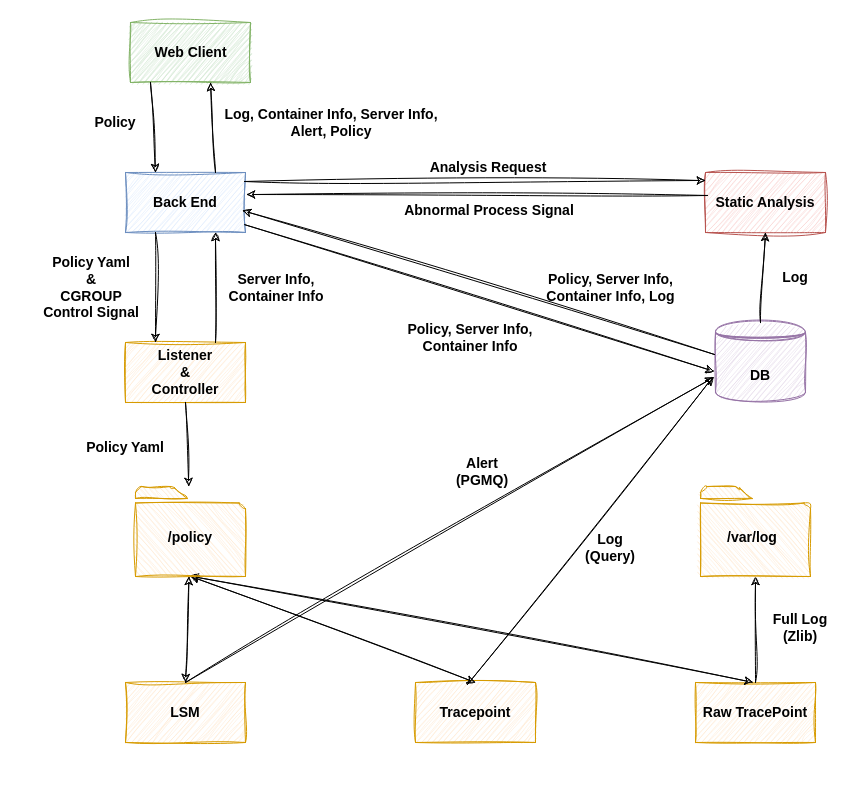
Before: page "페이지-2" (2 of 2) of yamong/yamong.drawio in bob-yamong/drawio, a draw.io diagram. Source tidied: cells renumbered, new cells numbered last; positions are measured from the earlier drawing's top-left corner, leaving out a move shared by most shapes. Both pictures are drawn from the tidied source at 100%, with x=0, y=0 at pixel (17, 22). Pictures stored in the file or linked from it are replaced by grey dashed boxes.
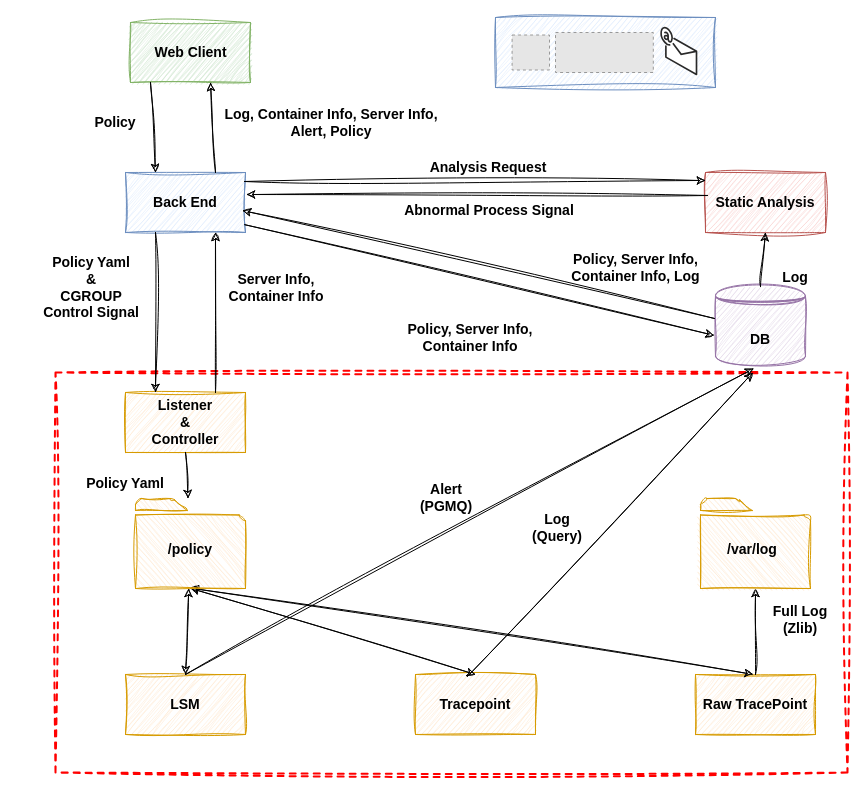
The same diagram, later.

Change to the diagram source:
```diff
@@
+    <mxCell id="46" style="rounded=0;whiteSpace=wrap;html=1;fillColor=none;dashed=1;strokeWidth=2;strokeColor=#ff0000;sketch=1;curveFitting=1;jiggle=2;" parent="1" vertex="1">
+      <mxGeometry x="38" y="350" width="792" height="400" as="geometry" />
+    </mxCell>
@@
     <mxCell id="4" value="Listener&lt;br style=&quot;font-size: 14px;&quot;&gt;&amp;amp;&lt;br style=&quot;font-size: 14px;&quot;&gt;Controller" style="whiteSpace=wrap;html=1;sketch=1;curveFitting=1;jiggle=2;fontSize=14;fillColor=#ffe6cc;strokeColor=#d79b00;fontStyle=1;" parent="1" vertex="1">
-      <mxGeometry x="108" y="320" width="120" height="60" as="geometry" />
+      <mxGeometry x="108" y="370" width="120" height="60" as="geometry" />
     </mxCell>
     <mxCell id="5" value="DB" style="shape=datastore;whiteSpace=wrap;html=1;sketch=1;curveFitting=1;jiggle=2;fontSize=14;fillColor=#e1d5e7;strokeColor=#9673a6;fontStyle=1;" parent="1" vertex="1">
-      <mxGeometry x="698" y="300" width="90" height="80" as="geometry" />
+      <mxGeometry x="698" y="264" width="90" height="80" as="geometry" />
     </mxCell>
     <mxCell id="6" value="LSM" style="whiteSpace=wrap;html=1;sketch=1;curveFitting=1;jiggle=2;fontSize=14;fillColor=#ffe6cc;strokeColor=#d79b00;fontStyle=1;" parent="1" vertex="1">
-      <mxGeometry x="108" y="660" width="120" height="60" as="geometry" />
+      <mxGeometry x="108" y="652" width="120" height="60" as="geometry" />
     </mxCell>
     <mxCell id="7" value="Tracepoint" style="whiteSpace=wrap;html=1;sketch=1;curveFitting=1;jiggle=2;fontSize=14;fillColor=#ffe6cc;strokeColor=#d79b00;fontStyle=1;" parent="1" vertex="1">
-      <mxGeometry x="398" y="660" width="120" height="60" as="geometry" />
+      <mxGeometry x="398" y="652" width="120" height="60" as="geometry" />
     </mxCell>
     <mxCell id="8" value="Raw TracePoint" style="whiteSpace=wrap;html=1;sketch=1;curveFitting=1;jiggle=2;fontSize=14;fillColor=#ffe6cc;strokeColor=#d79b00;fontStyle=1;" parent="1" vertex="1">
-      <mxGeometry x="678" y="660" width="120" height="60" as="geometry" />
+      <mxGeometry x="678" y="652" width="120" height="60" as="geometry" />
     </mxCell>
@@
-    <mxCell id="17" style="endArrow=classic;html=1;rounded=0;sketch=1;curveFitting=1;jiggle=2;fontSize=14;exitX=0.433;exitY=0.033;exitDx=0;exitDy=0;exitPerimeter=0;entryX=-0.026;entryY=0.679;entryDx=0;entryDy=0;entryPerimeter=0;fontStyle=1;" parent="1" edge="1" source="7" target="5">
-      <mxGeometry relative="1" as="geometry" />
-    </mxCell>
-    <mxCell id="18" style="endArrow=classic;html=1;rounded=0;entryX=-0.017;entryY=0.684;entryDx=0;entryDy=0;sketch=1;curveFitting=1;jiggle=2;fontSize=14;exitX=0.5;exitY=0;exitDx=0;exitDy=0;entryPerimeter=0;fontStyle=1;" parent="1" edge="1" source="6" target="5">
-      <mxGeometry relative="1" as="geometry" />
-    </mxCell>
@@
     <mxCell id="23" value="Policy Yaml" style="text;html=1;align=center;verticalAlign=middle;whiteSpace=wrap;rounded=0;fontSize=14;sketch=1;curveFitting=1;jiggle=2;fontStyle=1;" parent="1" vertex="1">
-      <mxGeometry x="59" y="410" width="98" height="30" as="geometry" />
+      <mxGeometry x="59" y="446" width="98" height="30" as="geometry" />
     </mxCell>
@@
     <mxCell id="31" value="Alert&lt;br style=&quot;font-size: 14px;&quot;&gt;(PGMQ)" style="text;html=1;align=center;verticalAlign=middle;whiteSpace=wrap;rounded=0;fontSize=14;fontStyle=1;" parent="1" vertex="1">
-      <mxGeometry x="430" y="434" width="70" height="30" as="geometry" />
+      <mxGeometry x="393.5" y="460" width="70" height="30" as="geometry" />
     </mxCell>
     <mxCell id="32" value="Log&lt;br style=&quot;font-size: 14px;&quot;&gt;(Query)" style="text;html=1;align=center;verticalAlign=middle;whiteSpace=wrap;rounded=0;fontSize=14;fontStyle=1;" parent="1" vertex="1">
-      <mxGeometry x="558" y="510" width="70" height="30" as="geometry" />
+      <mxGeometry x="505" y="490" width="70" height="30" as="geometry" />
     </mxCell>
     <mxCell id="33" value="Full Log&lt;br style=&quot;font-size: 14px;&quot;&gt;(Zlib)" style="text;html=1;align=center;verticalAlign=middle;whiteSpace=wrap;rounded=0;fontSize=14;fontStyle=1;" parent="1" vertex="1">
-      <mxGeometry x="748" y="590" width="70" height="30" as="geometry" />
+      <mxGeometry x="748" y="582" width="70" height="30" as="geometry" />
     </mxCell>
@@
     <mxCell id="38" value="Policy, Server Info, Container Info, Log" style="text;html=1;align=center;verticalAlign=middle;whiteSpace=wrap;rounded=0;sketch=1;curveFitting=1;jiggle=2;fontSize=14;fontStyle=1;" parent="1" vertex="1">
-      <mxGeometry x="523.5" y="250" width="139" height="30" as="geometry" />
+      <mxGeometry x="549" y="230" width="139" height="30" as="geometry" />
     </mxCell>
@@
     <mxCell id="40" style="group;fontStyle=1;" parent="1" vertex="1">
-      <mxGeometry x="683" y="464" width="110" height="90" as="geometry" />
+      <mxGeometry x="683" y="476" width="110" height="90" as="geometry" />
     </mxCell>
@@
     <mxCell id="43" style="group;fontStyle=1;" parent="1" vertex="1">
-      <mxGeometry x="118" y="464" width="110" height="90" as="geometry" />
+      <mxGeometry x="118" y="476" width="110" height="90" as="geometry" />
     </mxCell>
@@
+    <mxCell id="47" style="group;" parent="1" vertex="1">
+      <mxGeometry x="478" y="-5" width="220" height="70" as="geometry" />
+    </mxCell>
+    <mxCell id="48" style="rounded=0;whiteSpace=wrap;html=1;sketch=1;curveFitting=1;jiggle=2;fillColor=#dae8fc;strokeColor=#6c8ebf;" parent="47" vertex="1">
+      <mxGeometry width="220" height="70" as="geometry" />
+    </mxCell>
+    <mxCell id="49" style="fillColor=#E6E6E6;strokeColor=#999999;dashed=1;verticalLabelPosition=bottom;labelBackgroundColor=default;verticalAlign=top;" parent="47" vertex="1">
+      <mxGeometry x="60" y="15" width="97.8" height="40" as="geometry" />
+    </mxCell>
+    <mxCell id="50" style="fillColor=#E6E6E6;strokeColor=#999999;dashed=1;verticalLabelPosition=bottom;labelBackgroundColor=default;verticalAlign=top;" parent="47" vertex="1">
+      <mxGeometry x="16.6" y="17.5" width="37.4" height="35" as="geometry" />
+    </mxCell>
+    <mxCell id="51" style="verticalLabelPosition=bottom;html=1;verticalAlign=top;strokeWidth=1;align=center;dashed=0;shape=mxgraph.aws3d.email;strokeColor=#292929;" parent="47" vertex="1">
+      <mxGeometry x="165.5" y="10" width="35.5" height="47" as="geometry" />
+    </mxCell>
+    <mxCell id="18" style="endArrow=classic;html=1;rounded=0;entryX=0.425;entryY=1.025;entryDx=0;entryDy=0;sketch=1;curveFitting=1;jiggle=2;fontSize=14;exitX=0.5;exitY=0;exitDx=0;exitDy=0;entryPerimeter=0;fontStyle=1;" parent="1" edge="1" source="6" target="5">
+      <mxGeometry relative="1" as="geometry" />
+    </mxCell>
+    <mxCell id="17" style="endArrow=classic;html=1;rounded=0;sketch=1;curveFitting=1;jiggle=2;fontSize=14;exitX=0.433;exitY=0.033;exitDx=0;exitDy=0;exitPerimeter=0;fontStyle=1;entryX=0.415;entryY=1.077;entryDx=0;entryDy=0;entryPerimeter=0;" parent="1" edge="1" source="7" target="5">
+      <mxGeometry relative="1" as="geometry" />
+    </mxCell>
```
